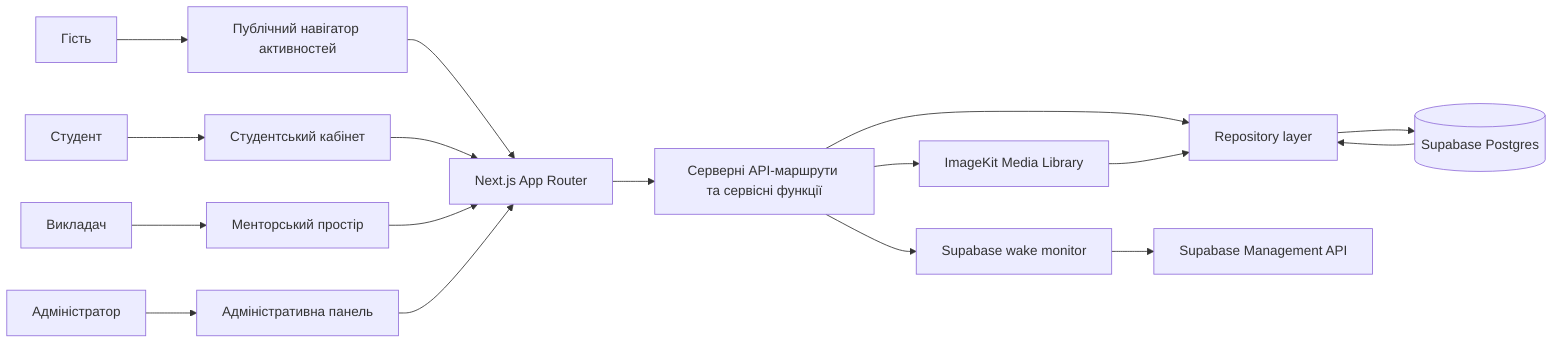
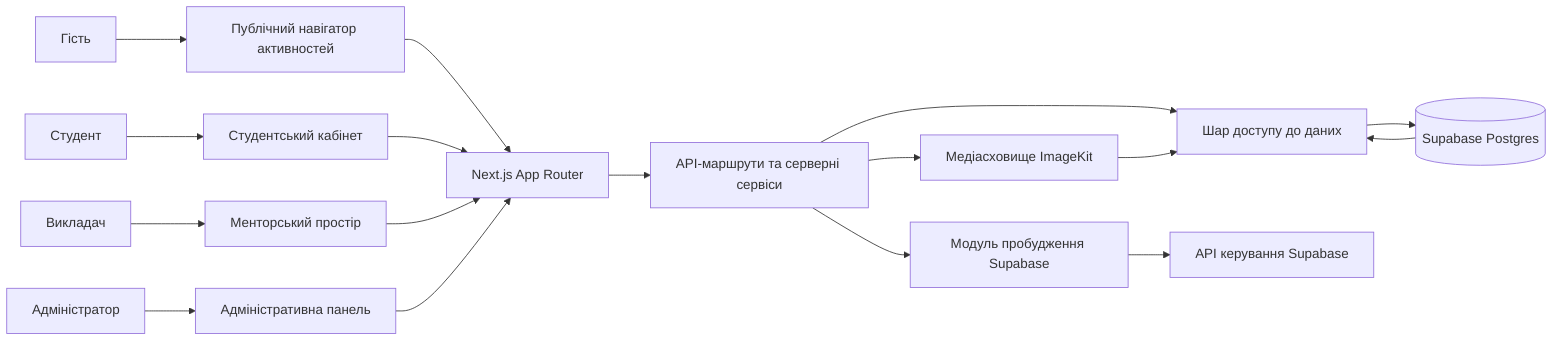
flowchart LR
  Guest[Гість] --> Public[Публічний навігатор активностей]
  Student[Студент] --> StudentDesk[Студентський кабінет]
  Teacher[Викладач] --> TeacherDesk[Менторський простір]
  Admin[Адміністратор] --> AdminDesk[Адміністративна панель]

  Public --> Next[Next.js App Router]
  StudentDesk --> Next
  TeacherDesk --> Next
  AdminDesk --> Next

-   Next --> Actions[Серверні API-маршрути та сервісні функції]
-   Actions --> Repository[Repository layer]
+   Next --> Actions[API-маршрути та серверні сервіси]
+   Actions --> Repository[Шар доступу до даних]
  Repository --> Supabase[(Supabase Postgres)]
-   Actions --> ImageKit[ImageKit Media Library]
-   Actions --> Wake[Supabase wake monitor]
-   Wake --> SupabaseAPI[Supabase Management API]
+   Actions --> ImageKit[Медіасховище ImageKit]
+   Actions --> Wake[Модуль пробудження Supabase]
+   Wake --> SupabaseAPI[API керування Supabase]

  Supabase --> Repository
  ImageKit --> Repository
